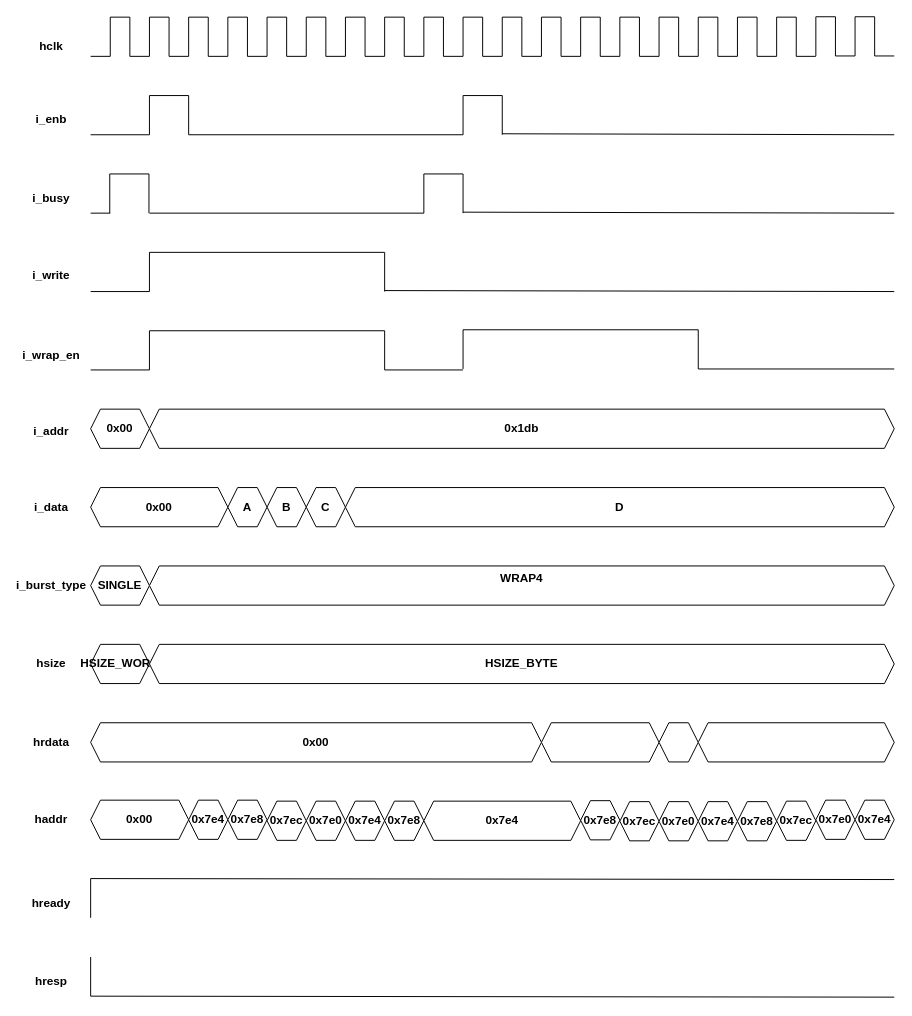
106210049/AMBA-AHB keeps this draw.io diagram as page "WRAP4" (16 of 18) of AMBA AHB.drawio. Above is the earlier version. Source tidied: cells renumbered, new cells numbered last; positions are measured from the earlier drawing's top-left corner, leaving out a move shared by most shapes. Both pictures are drawn from the tidied source at 98%, with x=0, y=0 at pixel (22, 17).
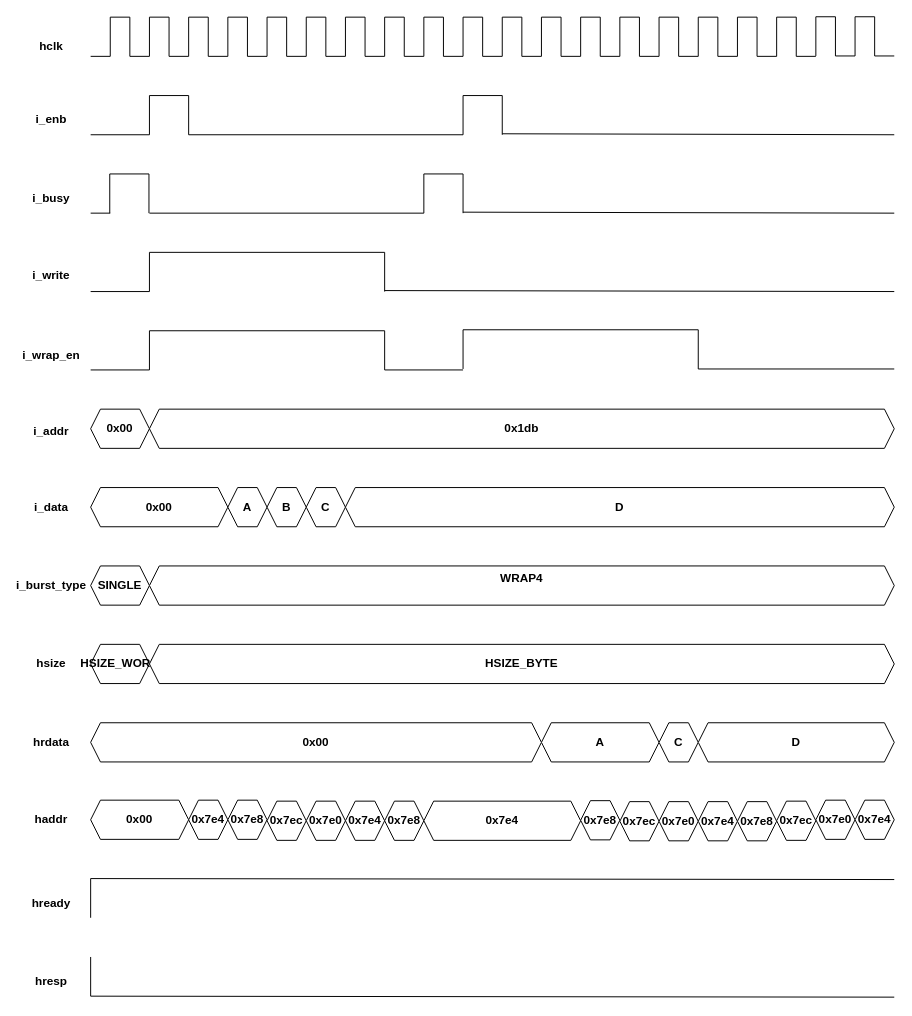
The same page after the edit.

What changed in the source:
```diff
@@
-    <mxCell id="110" value="&lt;div&gt;&lt;br/&gt;&lt;/div&gt;" style="shape=hexagon;perimeter=hexagonPerimeter2;whiteSpace=wrap;html=1;shapeInside=1;fixedSize=1;size=10;fontStyle=1;" parent="1" vertex="1">
+    <mxCell id="110" value="&lt;div&gt;A&lt;/div&gt;" style="shape=hexagon;perimeter=hexagonPerimeter2;whiteSpace=wrap;html=1;shapeInside=1;fixedSize=1;size=10;fontStyle=1;" parent="1" vertex="1">
       <mxGeometry x="530" y="720" width="120" height="40" as="geometry" />
     </mxCell>
-    <mxCell id="111" value="&lt;div&gt;&lt;br/&gt;&lt;/div&gt;" style="shape=hexagon;perimeter=hexagonPerimeter2;whiteSpace=wrap;html=1;shapeInside=1;fixedSize=1;size=10;fontStyle=1;" parent="1" vertex="1">
+    <mxCell id="111" value="C" style="shape=hexagon;perimeter=hexagonPerimeter2;whiteSpace=wrap;html=1;shapeInside=1;fixedSize=1;size=10;fontStyle=1;" parent="1" vertex="1">
       <mxGeometry x="650" y="720" width="40" height="40" as="geometry" />
     </mxCell>
-    <mxCell id="112" value="&lt;div&gt;&lt;br/&gt;&lt;/div&gt;" style="shape=hexagon;perimeter=hexagonPerimeter2;whiteSpace=wrap;html=1;shapeInside=1;fixedSize=1;size=10;fontStyle=1;" parent="1" vertex="1">
+    <mxCell id="112" value="D" style="shape=hexagon;perimeter=hexagonPerimeter2;whiteSpace=wrap;html=1;shapeInside=1;fixedSize=1;size=10;fontStyle=1;" parent="1" vertex="1">
       <mxGeometry x="690" y="720" width="200" height="40" as="geometry" />
     </mxCell>
```
